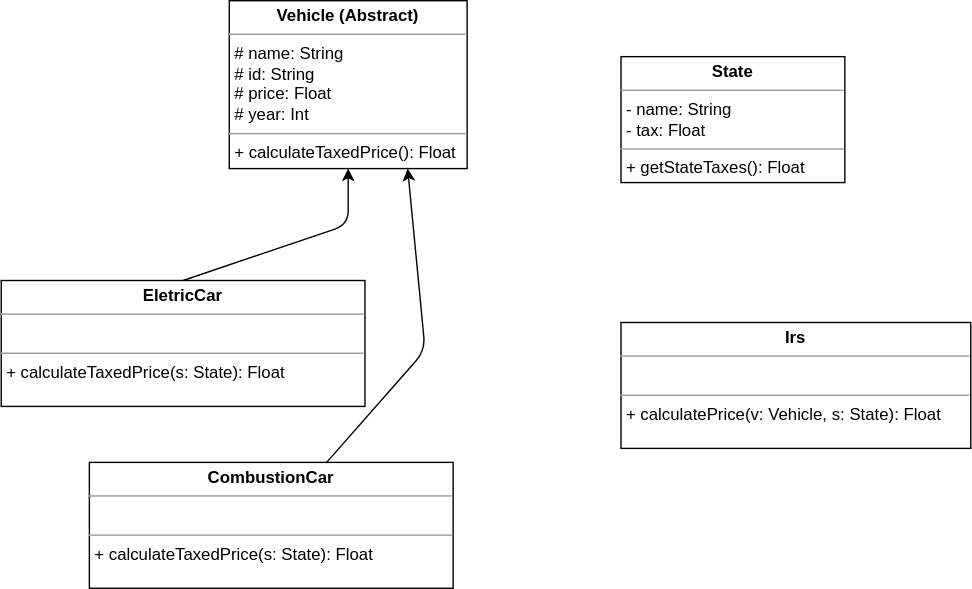
This is classes.drawio.svg from henriqueidt/poc-tax-system, a draw.io export, as it was before one commit. Source tidied: cells renumbered, new cells last; positions are measured from the earlier drawing's top-left corner, leaving out a move shared by most shapes. The source it was exported from:
```xml
<mxGraphModel>
  <root>
    <mxCell id="0" />
    <mxCell id="1" parent="0" />
    <mxCell id="2" style="edgeStyle=none;html=1;entryX=0.5;entryY=1;entryDx=0;entryDy=0;exitX=0.5;exitY=0;exitDx=0;exitDy=0;" parent="1" edge="1" source="5" target="3">
      <mxGeometry relative="1" as="geometry">
        <Array as="points">
          <mxPoint x="248" y="160" />
        </Array>
      </mxGeometry>
    </mxCell>
    <mxCell id="3" value="&lt;p style=&quot;margin:0px;margin-top:4px;text-align:center;&quot;&gt;&lt;b&gt;Vehicle (Abstract)&lt;/b&gt;&lt;/p&gt;&lt;hr size=&quot;1&quot;&gt;&lt;p style=&quot;margin:0px;margin-left:4px;&quot;&gt;# name: String&lt;/p&gt;&lt;p style=&quot;margin:0px;margin-left:4px;&quot;&gt;# id: String&lt;/p&gt;&lt;p style=&quot;margin:0px;margin-left:4px;&quot;&gt;# price: Float&lt;/p&gt;&lt;p style=&quot;margin:0px;margin-left:4px;&quot;&gt;# year: Int&lt;/p&gt;&lt;hr size=&quot;1&quot;&gt;&lt;p style=&quot;margin:0px;margin-left:4px;&quot;&gt;+ calculateTaxedPrice(): Float&lt;/p&gt;" style="verticalAlign=top;align=left;overflow=fill;fontSize=12;fontFamily=Helvetica;html=1;" parent="1" vertex="1">
      <mxGeometry x="163" width="170" height="120" as="geometry" />
    </mxCell>
    <mxCell id="4" value="&lt;p style=&quot;margin:0px;margin-top:4px;text-align:center;&quot;&gt;&lt;b&gt;State&lt;/b&gt;&lt;/p&gt;&lt;hr size=&quot;1&quot;&gt;&lt;p style=&quot;margin:0px;margin-left:4px;&quot;&gt;- name: String&lt;/p&gt;&lt;p style=&quot;margin:0px;margin-left:4px;&quot;&gt;- tax: Float&lt;/p&gt;&lt;hr size=&quot;1&quot;&gt;&lt;p style=&quot;margin:0px;margin-left:4px;&quot;&gt;+ getStateTaxes(): Float&lt;/p&gt;" style="verticalAlign=top;align=left;overflow=fill;fontSize=12;fontFamily=Helvetica;html=1;" parent="1" vertex="1">
      <mxGeometry x="443" y="40" width="160" height="90" as="geometry" />
    </mxCell>
    <mxCell id="5" value="&lt;p style=&quot;margin:0px;margin-top:4px;text-align:center;&quot;&gt;&lt;b&gt;EletricCar&lt;/b&gt;&lt;/p&gt;&lt;hr size=&quot;1&quot;&gt;&lt;p style=&quot;margin:0px;margin-left:4px;&quot;&gt;&lt;br&gt;&lt;/p&gt;&lt;hr size=&quot;1&quot;&gt;&lt;p style=&quot;margin:0px;margin-left:4px;&quot;&gt;+ calculateTaxedPrice(s: State): Float&lt;/p&gt;" style="verticalAlign=top;align=left;overflow=fill;fontSize=12;fontFamily=Helvetica;html=1;" parent="1" vertex="1">
      <mxGeometry y="200" width="260" height="90" as="geometry" />
    </mxCell>
    <mxCell id="6" style="edgeStyle=none;html=1;entryX=0.75;entryY=1;entryDx=0;entryDy=0;" parent="1" edge="1" source="7" target="3">
      <mxGeometry relative="1" as="geometry">
        <Array as="points">
          <mxPoint x="303" y="250" />
        </Array>
      </mxGeometry>
    </mxCell>
    <mxCell id="7" value="&lt;p style=&quot;margin:0px;margin-top:4px;text-align:center;&quot;&gt;&lt;b&gt;CombustionCar&lt;/b&gt;&lt;/p&gt;&lt;hr size=&quot;1&quot;&gt;&lt;p style=&quot;margin:0px;margin-left:4px;&quot;&gt;&lt;br&gt;&lt;/p&gt;&lt;hr size=&quot;1&quot;&gt;&lt;p style=&quot;margin:0px;margin-left:4px;&quot;&gt;+ calculateTaxedPrice(s: State): Float&lt;/p&gt;" style="verticalAlign=top;align=left;overflow=fill;fontSize=12;fontFamily=Helvetica;html=1;" parent="1" vertex="1">
      <mxGeometry x="63" y="330" width="260" height="90" as="geometry" />
    </mxCell>
    <mxCell id="8" value="&lt;p style=&quot;margin:0px;margin-top:4px;text-align:center;&quot;&gt;&lt;b&gt;Irs&lt;/b&gt;&lt;/p&gt;&lt;hr size=&quot;1&quot;&gt;&lt;p style=&quot;margin:0px;margin-left:4px;&quot;&gt;&lt;br&gt;&lt;/p&gt;&lt;hr size=&quot;1&quot;&gt;&lt;p style=&quot;margin:0px;margin-left:4px;&quot;&gt;+ calculatePrice(v: Vehicle, s: State): Float&lt;/p&gt;" style="verticalAlign=top;align=left;overflow=fill;fontSize=12;fontFamily=Helvetica;html=1;" parent="1" vertex="1">
      <mxGeometry x="443" y="230" width="250" height="90" as="geometry" />
    </mxCell>
  </root>
</mxGraphModel>
```
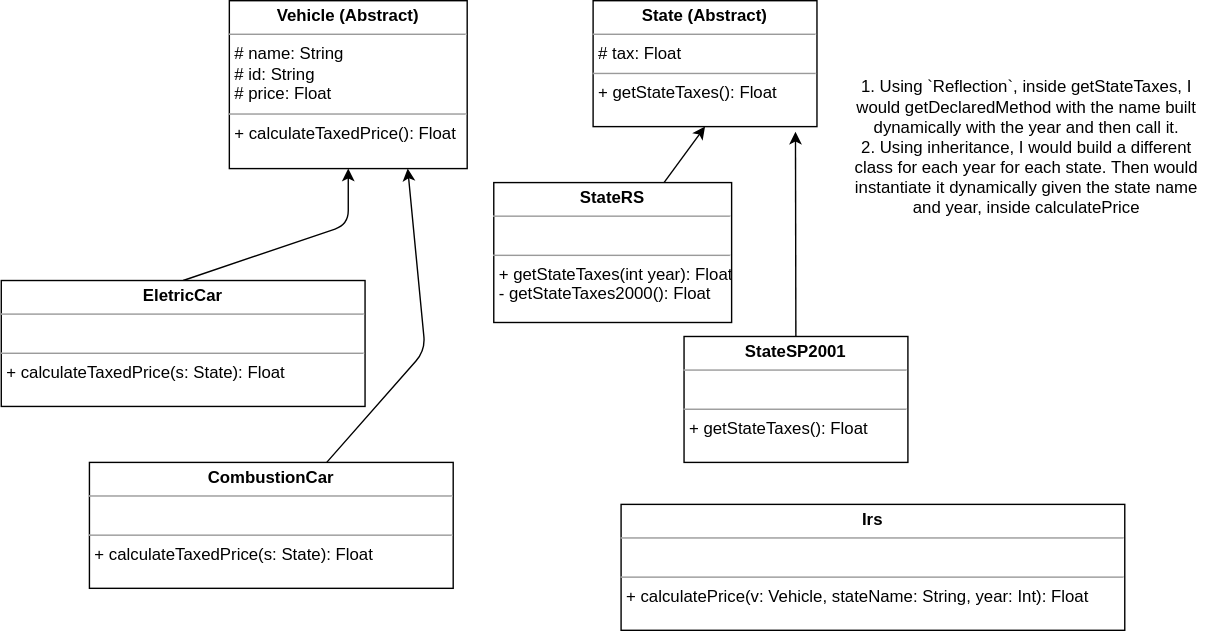
After the commit.

Change to the diagram source:
```diff
@@ -9,11 +9,11 @@
         </Array>
       </mxGeometry>
     </mxCell>
-    <mxCell id="3" value="&lt;p style=&quot;margin:0px;margin-top:4px;text-align:center;&quot;&gt;&lt;b&gt;Vehicle (Abstract)&lt;/b&gt;&lt;/p&gt;&lt;hr size=&quot;1&quot;&gt;&lt;p style=&quot;margin:0px;margin-left:4px;&quot;&gt;# name: String&lt;/p&gt;&lt;p style=&quot;margin:0px;margin-left:4px;&quot;&gt;# id: String&lt;/p&gt;&lt;p style=&quot;margin:0px;margin-left:4px;&quot;&gt;# price: Float&lt;/p&gt;&lt;p style=&quot;margin:0px;margin-left:4px;&quot;&gt;# year: Int&lt;/p&gt;&lt;hr size=&quot;1&quot;&gt;&lt;p style=&quot;margin:0px;margin-left:4px;&quot;&gt;+ calculateTaxedPrice(): Float&lt;/p&gt;" style="verticalAlign=top;align=left;overflow=fill;fontSize=12;fontFamily=Helvetica;html=1;" parent="1" vertex="1">
+    <mxCell id="3" value="&lt;p style=&quot;margin:0px;margin-top:4px;text-align:center;&quot;&gt;&lt;b&gt;Vehicle (Abstract)&lt;/b&gt;&lt;/p&gt;&lt;hr size=&quot;1&quot;&gt;&lt;p style=&quot;margin:0px;margin-left:4px;&quot;&gt;# name: String&lt;/p&gt;&lt;p style=&quot;margin:0px;margin-left:4px;&quot;&gt;# id: String&lt;/p&gt;&lt;p style=&quot;margin:0px;margin-left:4px;&quot;&gt;# price: Float&lt;/p&gt;&lt;hr size=&quot;1&quot;&gt;&lt;p style=&quot;margin:0px;margin-left:4px;&quot;&gt;+ calculateTaxedPrice(): Float&lt;/p&gt;" style="verticalAlign=top;align=left;overflow=fill;fontSize=12;fontFamily=Helvetica;html=1;" parent="1" vertex="1">
       <mxGeometry x="163" width="170" height="120" as="geometry" />
     </mxCell>
-    <mxCell id="4" value="&lt;p style=&quot;margin:0px;margin-top:4px;text-align:center;&quot;&gt;&lt;b&gt;State&lt;/b&gt;&lt;/p&gt;&lt;hr size=&quot;1&quot;&gt;&lt;p style=&quot;margin:0px;margin-left:4px;&quot;&gt;- name: String&lt;/p&gt;&lt;p style=&quot;margin:0px;margin-left:4px;&quot;&gt;- tax: Float&lt;/p&gt;&lt;hr size=&quot;1&quot;&gt;&lt;p style=&quot;margin:0px;margin-left:4px;&quot;&gt;+ getStateTaxes(): Float&lt;/p&gt;" style="verticalAlign=top;align=left;overflow=fill;fontSize=12;fontFamily=Helvetica;html=1;" parent="1" vertex="1">
-      <mxGeometry x="443" y="40" width="160" height="90" as="geometry" />
+    <mxCell id="4" value="&lt;p style=&quot;margin:0px;margin-top:4px;text-align:center;&quot;&gt;&lt;b&gt;State (Abstract)&lt;/b&gt;&lt;/p&gt;&lt;hr size=&quot;1&quot;&gt;&lt;p style=&quot;margin:0px;margin-left:4px;&quot;&gt;&lt;span style=&quot;background-color: initial;&quot;&gt;# tax: Float&lt;/span&gt;&lt;br&gt;&lt;/p&gt;&lt;hr size=&quot;1&quot;&gt;&lt;p style=&quot;margin:0px;margin-left:4px;&quot;&gt;+ getStateTaxes(): Float&lt;/p&gt;" style="verticalAlign=top;align=left;overflow=fill;fontSize=12;fontFamily=Helvetica;html=1;" parent="1" vertex="1">
+      <mxGeometry x="423" width="160" height="90" as="geometry" />
     </mxCell>
     <mxCell id="5" value="&lt;p style=&quot;margin:0px;margin-top:4px;text-align:center;&quot;&gt;&lt;b&gt;EletricCar&lt;/b&gt;&lt;/p&gt;&lt;hr size=&quot;1&quot;&gt;&lt;p style=&quot;margin:0px;margin-left:4px;&quot;&gt;&lt;br&gt;&lt;/p&gt;&lt;hr size=&quot;1&quot;&gt;&lt;p style=&quot;margin:0px;margin-left:4px;&quot;&gt;+ calculateTaxedPrice(s: State): Float&lt;/p&gt;" style="verticalAlign=top;align=left;overflow=fill;fontSize=12;fontFamily=Helvetica;html=1;" parent="1" vertex="1">
       <mxGeometry y="200" width="260" height="90" as="geometry" />
@@ -28,8 +28,23 @@
     <mxCell id="7" value="&lt;p style=&quot;margin:0px;margin-top:4px;text-align:center;&quot;&gt;&lt;b&gt;CombustionCar&lt;/b&gt;&lt;/p&gt;&lt;hr size=&quot;1&quot;&gt;&lt;p style=&quot;margin:0px;margin-left:4px;&quot;&gt;&lt;br&gt;&lt;/p&gt;&lt;hr size=&quot;1&quot;&gt;&lt;p style=&quot;margin:0px;margin-left:4px;&quot;&gt;+ calculateTaxedPrice(s: State): Float&lt;/p&gt;" style="verticalAlign=top;align=left;overflow=fill;fontSize=12;fontFamily=Helvetica;html=1;" parent="1" vertex="1">
       <mxGeometry x="63" y="330" width="260" height="90" as="geometry" />
     </mxCell>
-    <mxCell id="8" value="&lt;p style=&quot;margin:0px;margin-top:4px;text-align:center;&quot;&gt;&lt;b&gt;Irs&lt;/b&gt;&lt;/p&gt;&lt;hr size=&quot;1&quot;&gt;&lt;p style=&quot;margin:0px;margin-left:4px;&quot;&gt;&lt;br&gt;&lt;/p&gt;&lt;hr size=&quot;1&quot;&gt;&lt;p style=&quot;margin:0px;margin-left:4px;&quot;&gt;+ calculatePrice(v: Vehicle, s: State): Float&lt;/p&gt;" style="verticalAlign=top;align=left;overflow=fill;fontSize=12;fontFamily=Helvetica;html=1;" parent="1" vertex="1">
-      <mxGeometry x="443" y="230" width="250" height="90" as="geometry" />
+    <mxCell id="8" value="&lt;p style=&quot;margin:0px;margin-top:4px;text-align:center;&quot;&gt;&lt;b&gt;Irs&lt;/b&gt;&lt;/p&gt;&lt;hr size=&quot;1&quot;&gt;&lt;p style=&quot;margin:0px;margin-left:4px;&quot;&gt;&lt;br&gt;&lt;/p&gt;&lt;hr size=&quot;1&quot;&gt;&lt;p style=&quot;margin:0px;margin-left:4px;&quot;&gt;+ calculatePrice(v: Vehicle, stateName: String, year: Int): Float&lt;/p&gt;" style="verticalAlign=top;align=left;overflow=fill;fontSize=12;fontFamily=Helvetica;html=1;" parent="1" vertex="1">
+      <mxGeometry x="443" y="360" width="360" height="90" as="geometry" />
     </mxCell>
+    <mxCell id="9" style="edgeStyle=none;html=1;entryX=0.5;entryY=1;entryDx=0;entryDy=0;" parent="1" edge="1" source="10" target="4">
+      <mxGeometry relative="1" as="geometry" />
+    </mxCell>
+    <mxCell id="10" value="&lt;p style=&quot;margin:0px;margin-top:4px;text-align:center;&quot;&gt;&lt;b&gt;StateRS&lt;/b&gt;&lt;/p&gt;&lt;hr size=&quot;1&quot;&gt;&lt;p style=&quot;margin:0px;margin-left:4px;&quot;&gt;&lt;br&gt;&lt;/p&gt;&lt;hr size=&quot;1&quot;&gt;&lt;p style=&quot;margin:0px;margin-left:4px;&quot;&gt;+ getStateTaxes(int year): Float&lt;/p&gt;&lt;p style=&quot;margin:0px;margin-left:4px;&quot;&gt;- getStateTaxes2000(): Float&lt;/p&gt;" style="verticalAlign=top;align=left;overflow=fill;fontSize=12;fontFamily=Helvetica;html=1;" parent="1" vertex="1">
+      <mxGeometry x="352" y="130" width="170" height="100" as="geometry" />
+    </mxCell>
+    <mxCell id="11" style="edgeStyle=none;html=1;entryX=0.904;entryY=1.041;entryDx=0;entryDy=0;entryPerimeter=0;" parent="1" edge="1" source="12" target="4">
+      <mxGeometry relative="1" as="geometry" />
+    </mxCell>
+    <mxCell id="12" value="&lt;p style=&quot;margin:0px;margin-top:4px;text-align:center;&quot;&gt;&lt;b&gt;StateSP2001&lt;/b&gt;&lt;/p&gt;&lt;hr size=&quot;1&quot;&gt;&lt;p style=&quot;margin:0px;margin-left:4px;&quot;&gt;&lt;br&gt;&lt;/p&gt;&lt;hr size=&quot;1&quot;&gt;&lt;p style=&quot;margin:0px;margin-left:4px;&quot;&gt;+ getStateTaxes(): Float&lt;/p&gt;" style="verticalAlign=top;align=left;overflow=fill;fontSize=12;fontFamily=Helvetica;html=1;" parent="1" vertex="1">
+      <mxGeometry x="488" y="240" width="160" height="90" as="geometry" />
+    </mxCell>
+    <mxCell id="13" value="1. Using `Reflection`, inside getStateTaxes, I would getDeclaredMethod with the name built dynamically with the year and then call it.&lt;br&gt;2. Using inheritance, I would build a different class for each year for each state. Then would instantiate it dynamically given the state name and year, inside calculatePrice&amp;nbsp;&amp;nbsp;" style="text;html=1;strokeColor=none;fillColor=none;align=center;verticalAlign=middle;whiteSpace=wrap;rounded=0;" parent="1" vertex="1">
+      <mxGeometry x="603" y="30" width="260" height="150" as="geometry" />
+    </mxCell>
   </root>
 </mxGraphModel>
```
